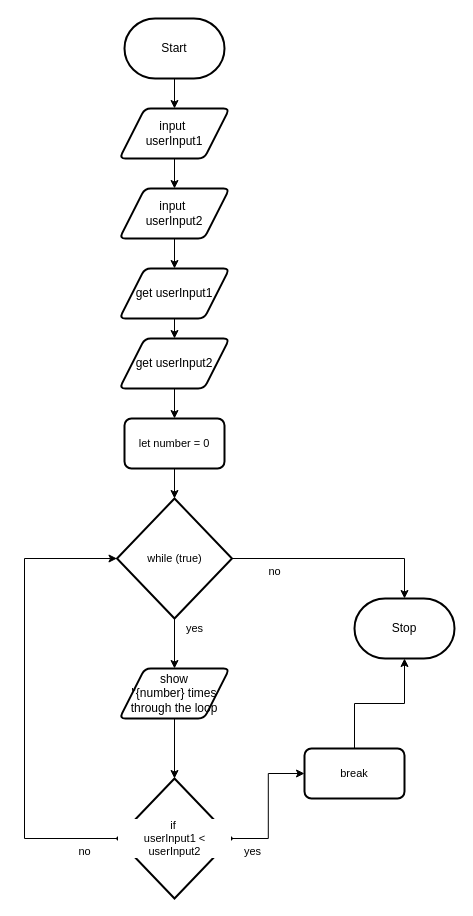
Earlier version of the draw.io diagram design/flowchart.drawio (MTHS-ICD2O-1-2024/ICD2O-Unit-5-08-Domenic-dangelo). Source tidied: cells renumbered, new cells numbered last; positions are measured from the earlier drawing's top-left corner, leaving out a move shared by most shapes. Both pictures are drawn from the tidied source at 100%, with x=0, y=0 at pixel (24, 18).
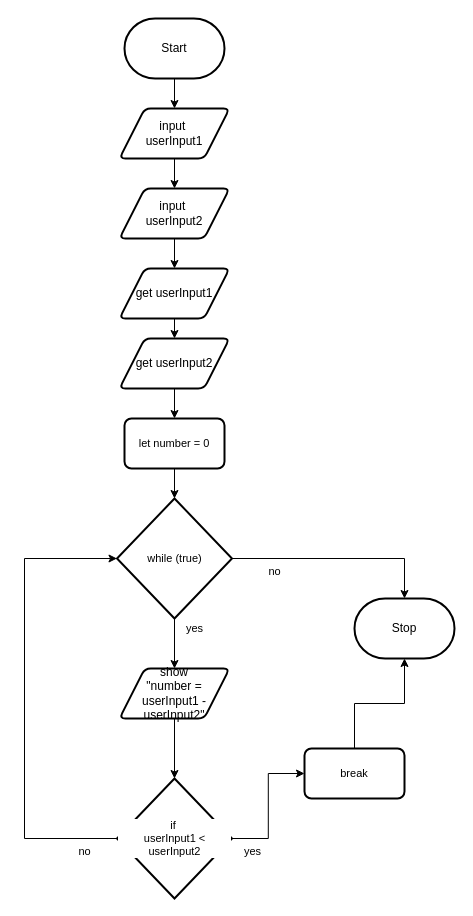
After the change.

Diff of the diagram source:
```diff
@@
-    <mxCell id="13" value="show&lt;div&gt;&quot;{number} times through the loop&lt;/div&gt;" style="shape=parallelogram;html=1;strokeWidth=2;perimeter=parallelogramPerimeter;whiteSpace=wrap;rounded=1;arcSize=12;size=0.23;" parent="1" vertex="1">
+    <mxCell id="13" value="show&lt;div&gt;&quot;number = userInput1 - userInput2&quot;&lt;/div&gt;" style="shape=parallelogram;html=1;strokeWidth=2;perimeter=parallelogramPerimeter;whiteSpace=wrap;rounded=1;arcSize=12;size=0.23;" parent="1" vertex="1">
       <mxGeometry x="95" y="650" width="110" height="50" as="geometry" />
     </mxCell>
```
